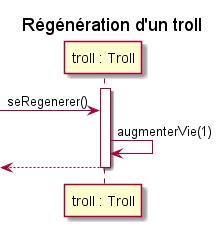
Above: documents/version_2/diagrammes/sequences/seRegenerer.png in arnoux23u-IUTNC/2021_COO_Zeldiablo (PlantUML), before the change. Its diagram source:
```plantuml
@startuml

title "Régénération d'un troll"

participant "troll : Troll" as troll



activate troll
-> troll : seRegenerer()
troll -> troll : augmenterVie(1)
<-- troll
deactivate troll

@enduml
```
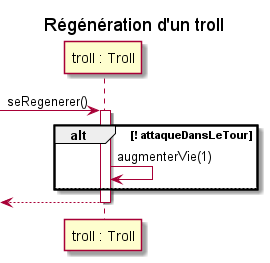
After the change.

Commit message:
Diagram Sequence V2

Change to the diagram source:
```diff
@@ -6,9 +6,13 @@
 
 
 
+
+-> troll : seRegenerer()
 activate troll
--> troll : seRegenerer()
+alt ! attaqueDansLeTour
 troll -> troll : augmenterVie(1)
+else
+end
 <-- troll
 deactivate troll
 
```
